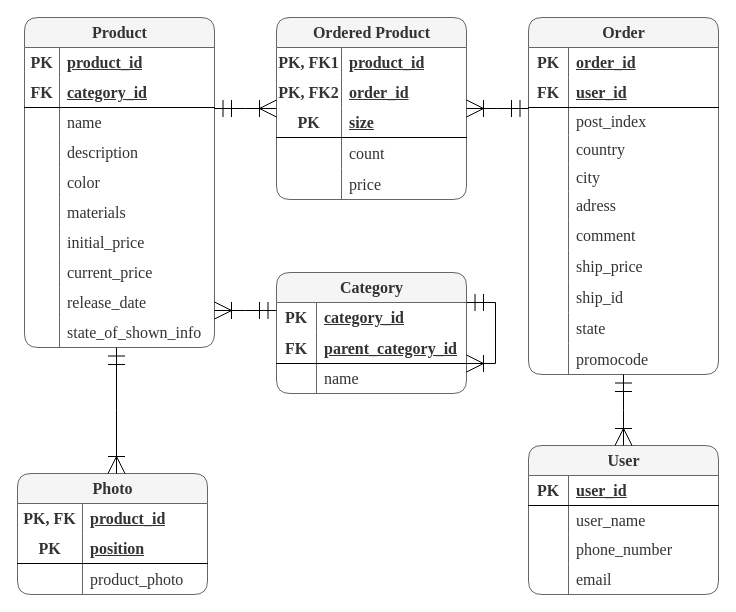
The draw.io diagram docs/ER-diagramm.drawio in sevolchenko/online-store, before the edit. Source tidied: cells renumbered, new cells numbered last; positions are measured from the earlier drawing's top-left corner, leaving out a move shared by most shapes. Both pictures are drawn from the tidied source at 100%, with x=0, y=0 at pixel (17, 17).
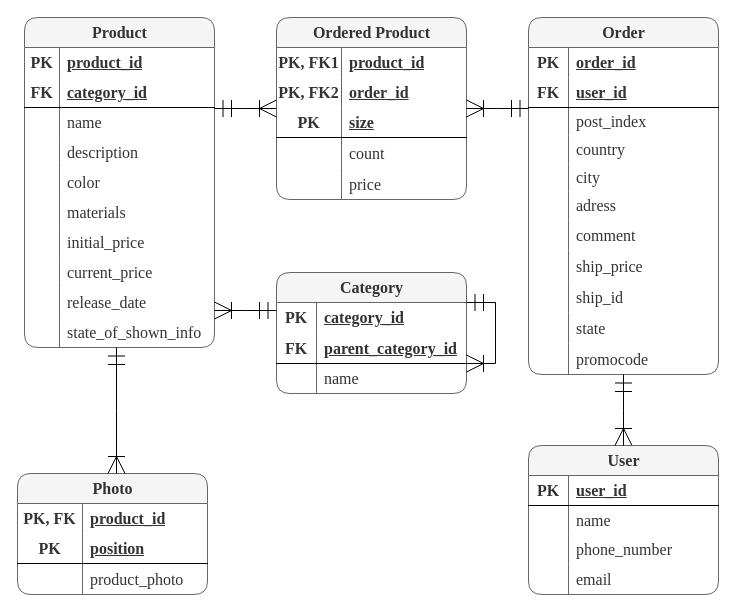
The same diagram, later.

The change refers to these unchanged cells:
```xml
<mxCell id="112" style="shape=tableRow;horizontal=0;startSize=0;swimlaneHead=0;swimlaneBody=0;top=0;left=0;bottom=0;right=0;fillColor=none;rounded=0;sketch=0;fontFamily=Times New Roman;fontSize=16;fontColor=#333333;html=1;" parent="108" vertex="1">
  <mxGeometry y="60" width="190" height="29" as="geometry" />
</mxCell>
```

Diff of the diagram source:
```diff
@@
-    <mxCell id="114" value="&lt;span style=&quot;font-weight: 400;&quot;&gt;user_name&lt;/span&gt;" style="shape=partialRectangle;html=1;whiteSpace=wrap;fillColor=none;top=0;left=0;bottom=0;right=0;align=left;spacingLeft=6;overflow=hidden;rounded=0;sketch=0;fontFamily=Times New Roman;fontSize=16;fontColor=#333333;startSize=30;fontStyle=1;" parent="112" vertex="1">
+    <mxCell id="114" value="&lt;span style=&quot;font-weight: 400;&quot;&gt;name&lt;/span&gt;" style="shape=partialRectangle;html=1;whiteSpace=wrap;fillColor=none;top=0;left=0;bottom=0;right=0;align=left;spacingLeft=6;overflow=hidden;rounded=0;sketch=0;fontFamily=Times New Roman;fontSize=16;fontColor=#333333;startSize=30;fontStyle=1;" parent="112" vertex="1">
       <mxGeometry x="40" width="150" height="29" as="geometry" />
     </mxCell>
```
